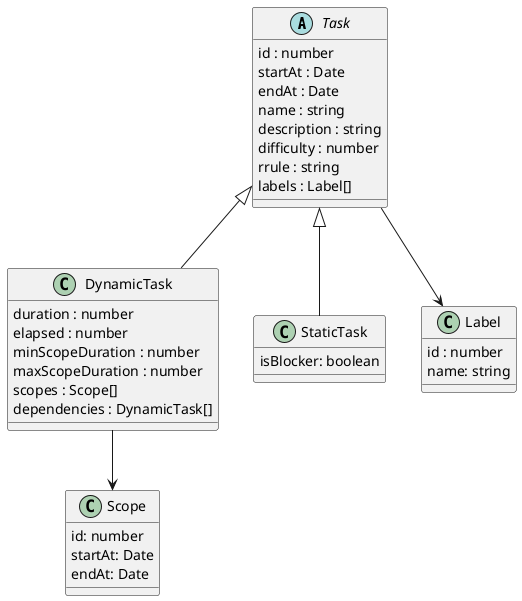
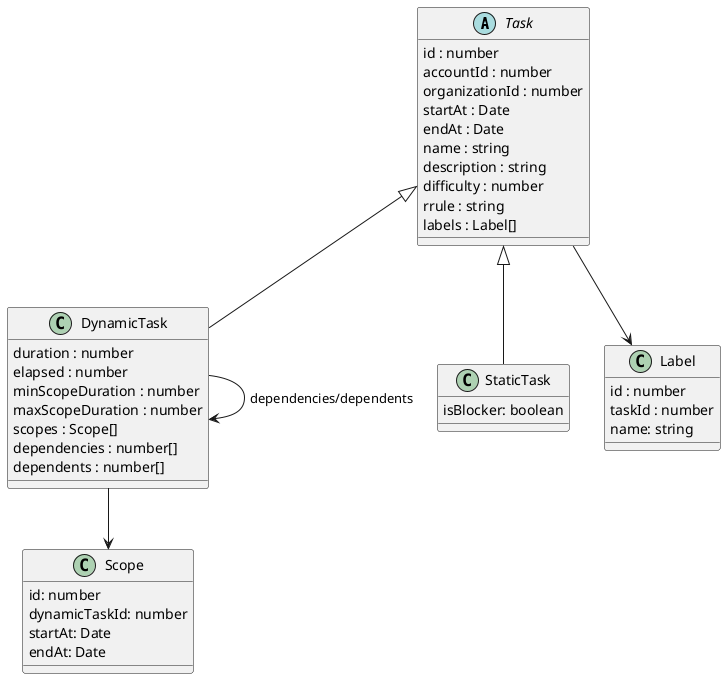
@startuml
abstract class Task {
    id : number
+     accountId : number
+     organizationId : number
    startAt : Date
    endAt : Date
    name : string
    description : string
    difficulty : number
    rrule : string
    labels : Label[]
}

class DynamicTask {
    duration : number
    elapsed : number
    minScopeDuration : number
    maxScopeDuration : number
    scopes : Scope[]
-     dependencies : DynamicTask[]
+     dependencies : number[]
+     dependents : number[]
}

class StaticTask {
  isBlocker: boolean
}

class Label {
    id : number
+     taskId : number
    name: string
}

class Scope {
    id: number
+     dynamicTaskId: number
    startAt: Date
    endAt: Date
}

Task <|-- DynamicTask
Task <|-- StaticTask
Task --> Label
DynamicTask --> Scope
+ DynamicTask --> DynamicTask : dependencies/dependents
@enduml
